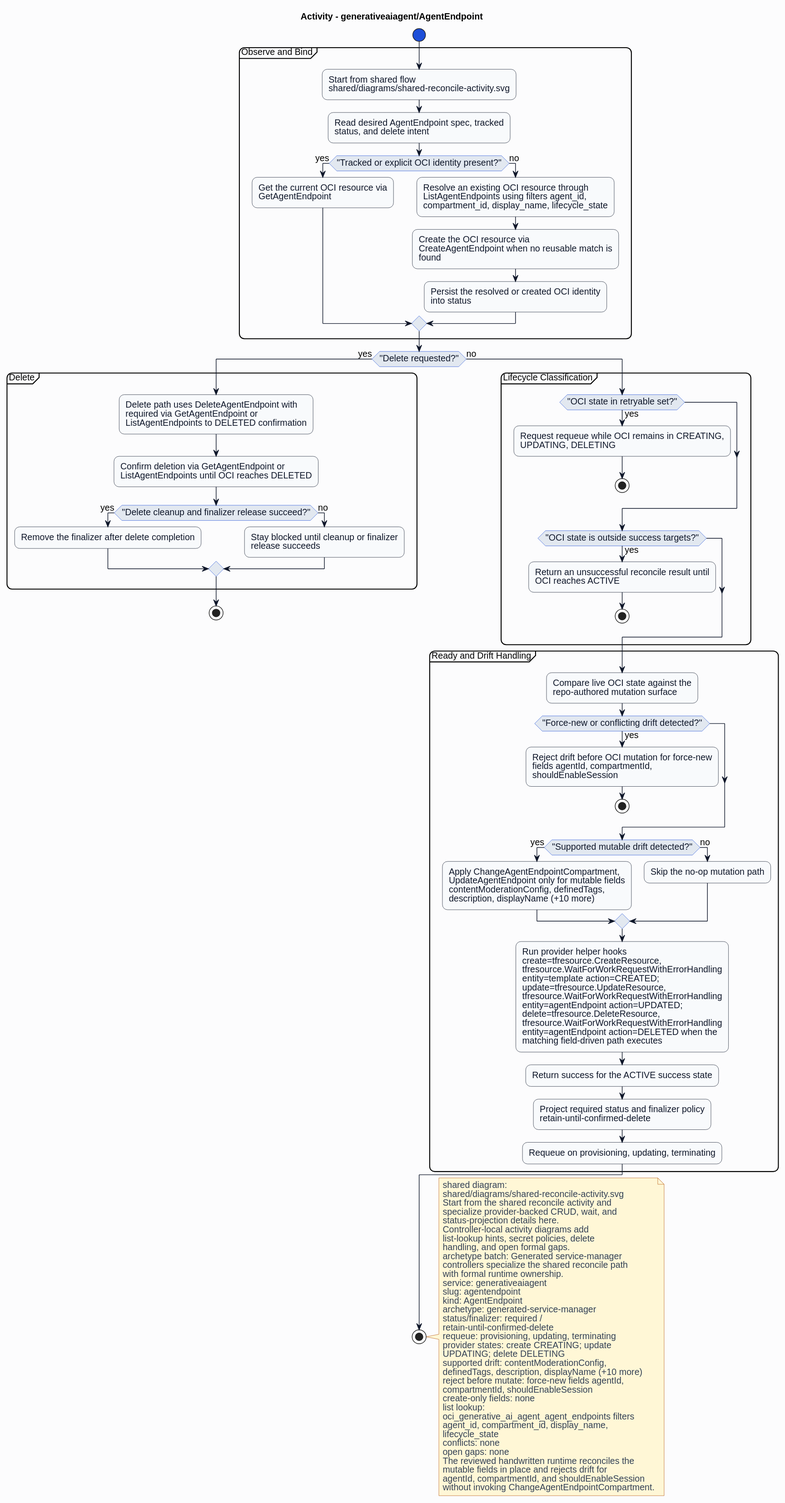
This is formal/controllers/generativeaiagent/agentendpoint/diagrams/activity.svg from HaoyL666/oci-service-operator, a PlantUML export, as it was before one commit.
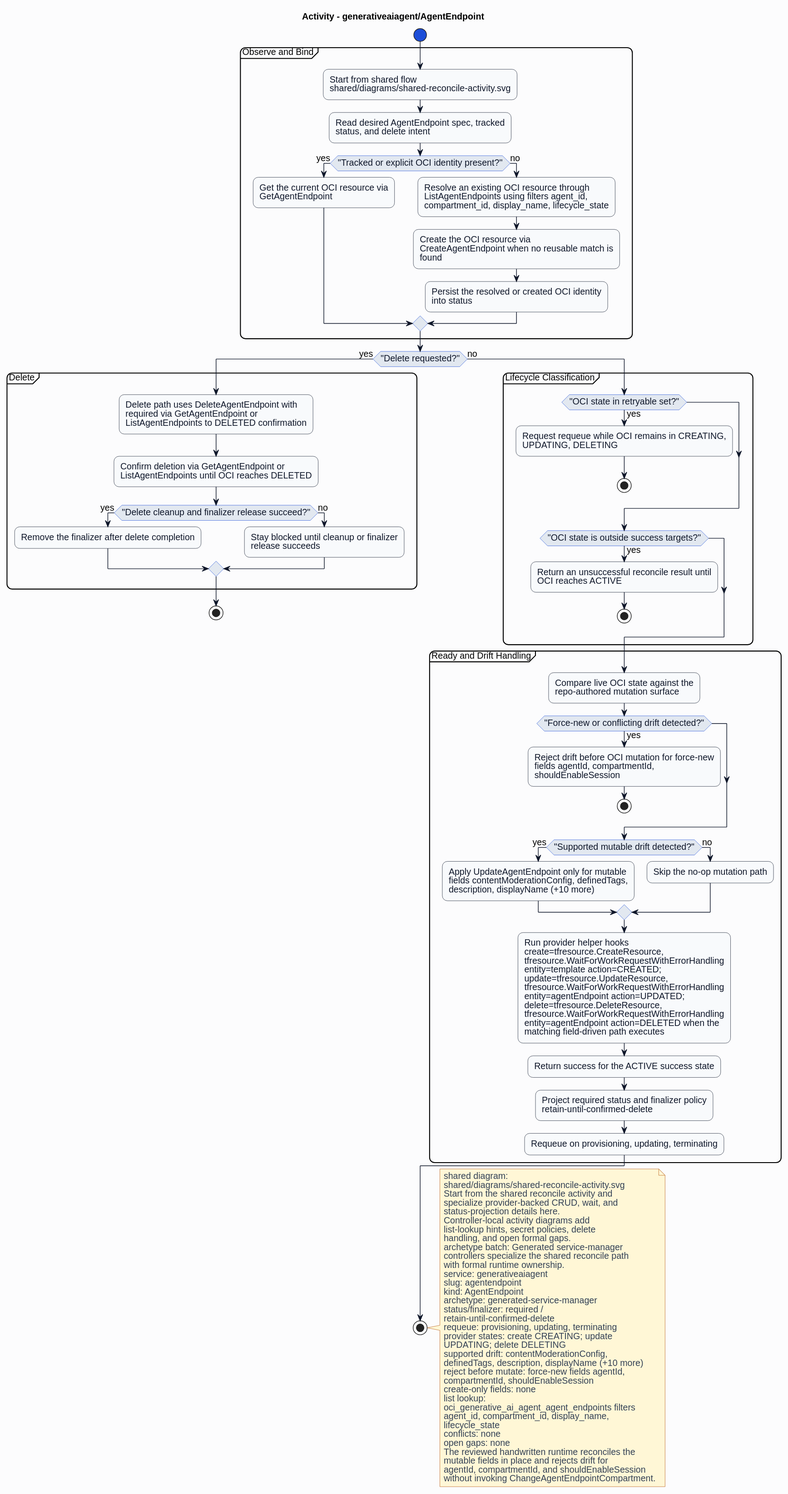
Above is the later version.

What changed in the source:
```diff
@@ -61,7 +61,7 @@
 stop
 endif
 if ("Supported mutable drift detected?") then (yes)
-:Apply ChangeAgentEndpointCompartment,\nUpdateAgentEndpoint only for mutable fields\ncontentModerationConfig, definedTags,\ndescription, displayName (+10 more);
+:Apply UpdateAgentEndpoint only for mutable\nfields contentModerationConfig, definedTags,\ndescription, displayName (+10 more);
 else (no)
 :Skip the no-op mutation path;
 endif
```
